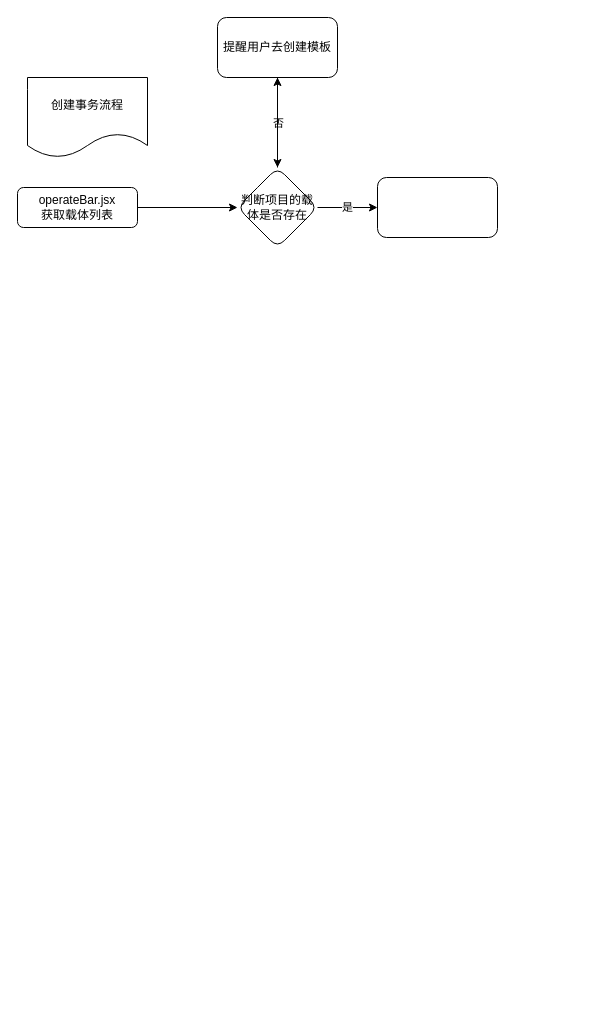
This is Untitled Diagram.drawio from songyuhua/diagrams, a draw.io file, before an edit. Source tidied: cells renumbered, new cells numbered last; positions are measured from the earlier drawing's top-left corner, leaving out a move shared by most shapes. Both pictures are drawn from the tidied source at 100%, with x=0, y=0 at pixel (17, 17).
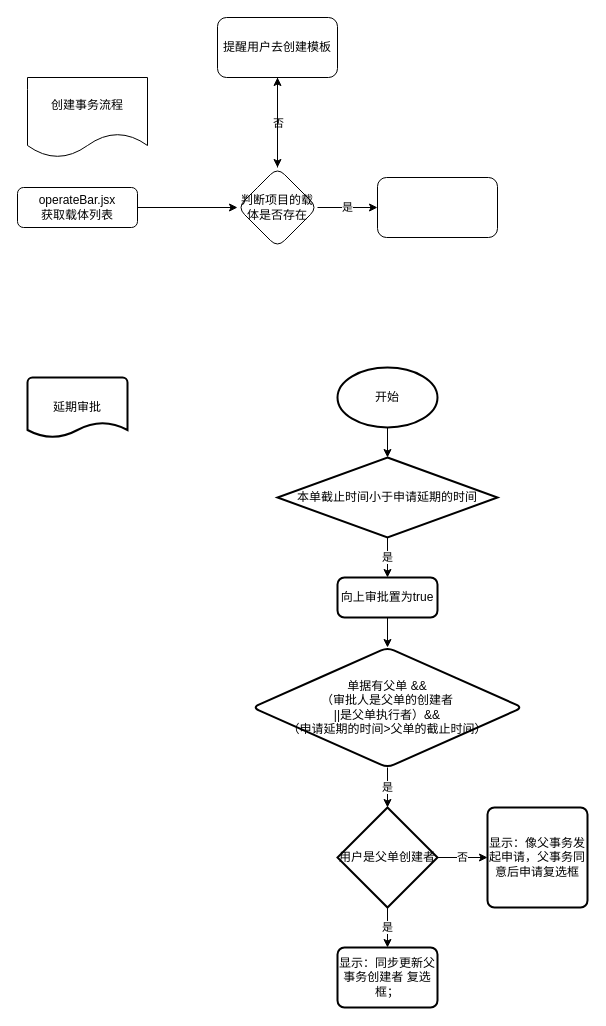
Above is the later version.

Change to the diagram source:
```diff
@@
+    <mxCell id="11" style="edgeStyle=orthogonalEdgeStyle;rounded=0;jettySize=auto;html=1;exitX=0.5;exitY=1;exitDx=0;exitDy=0;exitPerimeter=0;entryX=0.5;entryY=0;entryDx=0;entryDy=0;entryPerimeter=0;" parent="1" edge="1" source="12" target="14">
+      <mxGeometry relative="1" as="geometry" />
+    </mxCell>
+    <mxCell id="12" value="开始" style="strokeWidth=2;html=1;shape=mxgraph.flowchart.start_1;whiteSpace=wrap;" parent="1" vertex="1">
+      <mxGeometry x="320" y="350" width="100" height="60" as="geometry" />
+    </mxCell>
+    <mxCell id="13" value="是" style="edgeStyle=orthogonalEdgeStyle;rounded=0;jettySize=auto;html=1;exitX=0.5;exitY=1;exitDx=0;exitDy=0;exitPerimeter=0;" parent="1" edge="1" source="14">
+      <mxGeometry relative="1" as="geometry">
+        <mxPoint x="370" y="560" as="targetPoint" />
+      </mxGeometry>
+    </mxCell>
+    <mxCell id="14" value="本单截止时间小于申请延期的时间" style="strokeWidth=2;html=1;shape=mxgraph.flowchart.decision;whiteSpace=wrap;" parent="1" vertex="1">
+      <mxGeometry x="260" y="440" width="220" height="80" as="geometry" />
+    </mxCell>
+    <mxCell id="15" value="延期审批" style="strokeWidth=2;html=1;shape=mxgraph.flowchart.document2;whiteSpace=wrap;size=0.25;" parent="1" vertex="1">
+      <mxGeometry x="10" y="360" width="100" height="60" as="geometry" />
+    </mxCell>
+    <mxCell id="16" style="edgeStyle=orthogonalEdgeStyle;rounded=0;jettySize=auto;html=1;" parent="1" edge="1" source="17" target="19">
+      <mxGeometry relative="1" as="geometry" />
+    </mxCell>
+    <mxCell id="17" value="向上审批置为true" style="rounded=1;whiteSpace=wrap;html=1;absoluteArcSize=1;arcSize=14;strokeWidth=2;" parent="1" vertex="1">
+      <mxGeometry x="320" y="560" width="100" height="40" as="geometry" />
+    </mxCell>
+    <mxCell id="18" value="是" style="edgeStyle=orthogonalEdgeStyle;rounded=0;jettySize=auto;html=1;exitX=0.5;exitY=1;exitDx=0;exitDy=0;entryX=0.5;entryY=0;entryDx=0;entryDy=0;entryPerimeter=0;" parent="1" edge="1" source="19" target="24">
+      <mxGeometry relative="1" as="geometry" />
+    </mxCell>
+    <mxCell id="19" value="&lt;div&gt;单据有父单 &amp;amp;&amp;amp;&lt;/div&gt;&lt;div&gt;（审批人是父单的创建者&lt;/div&gt;&lt;div&gt;||是父单执行者）&amp;amp;&amp;amp;&lt;/div&gt;&lt;div&gt;（申请延期的时间&amp;gt;父单的截止时间）&lt;/div&gt;" style="rhombus;whiteSpace=wrap;html=1;rounded=1;strokeWidth=2;arcSize=14;" parent="1" vertex="1">
+      <mxGeometry x="235" y="630" width="270" height="120" as="geometry" />
+    </mxCell>
+    <mxCell id="20" value="是" style="edgeStyle=orthogonalEdgeStyle;rounded=0;jettySize=auto;html=1;exitX=0.5;exitY=1;exitDx=0;exitDy=0;exitPerimeter=0;entryX=0.5;entryY=0;entryDx=0;entryDy=0;" parent="1" edge="1" source="24" target="22">
+      <mxGeometry relative="1" as="geometry" />
+    </mxCell>
+    <mxCell id="21" value="否" style="edgeStyle=orthogonalEdgeStyle;rounded=0;jettySize=auto;html=1;exitX=1;exitY=0.5;exitDx=0;exitDy=0;exitPerimeter=0;" parent="1" edge="1" source="24" target="23">
+      <mxGeometry relative="1" as="geometry" />
+    </mxCell>
+    <mxCell id="22" value="显示：同步更新父事务创建者 复选框；" style="rounded=1;whiteSpace=wrap;html=1;absoluteArcSize=1;arcSize=14;strokeWidth=2;" parent="1" vertex="1">
+      <mxGeometry x="320" y="930" width="100" height="60" as="geometry" />
+    </mxCell>
+    <mxCell id="23" value="显示：像父事务发起申请，父事务同意后申请复选框" style="rounded=1;whiteSpace=wrap;html=1;absoluteArcSize=1;arcSize=14;strokeWidth=2;" parent="1" vertex="1">
+      <mxGeometry x="470" y="790" width="100" height="100" as="geometry" />
+    </mxCell>
+    <mxCell id="24" value="用户是父单创建者" style="strokeWidth=2;html=1;shape=mxgraph.flowchart.decision;whiteSpace=wrap;" parent="1" vertex="1">
+      <mxGeometry x="320" y="790" width="100" height="100" as="geometry" />
+    </mxCell>
```
